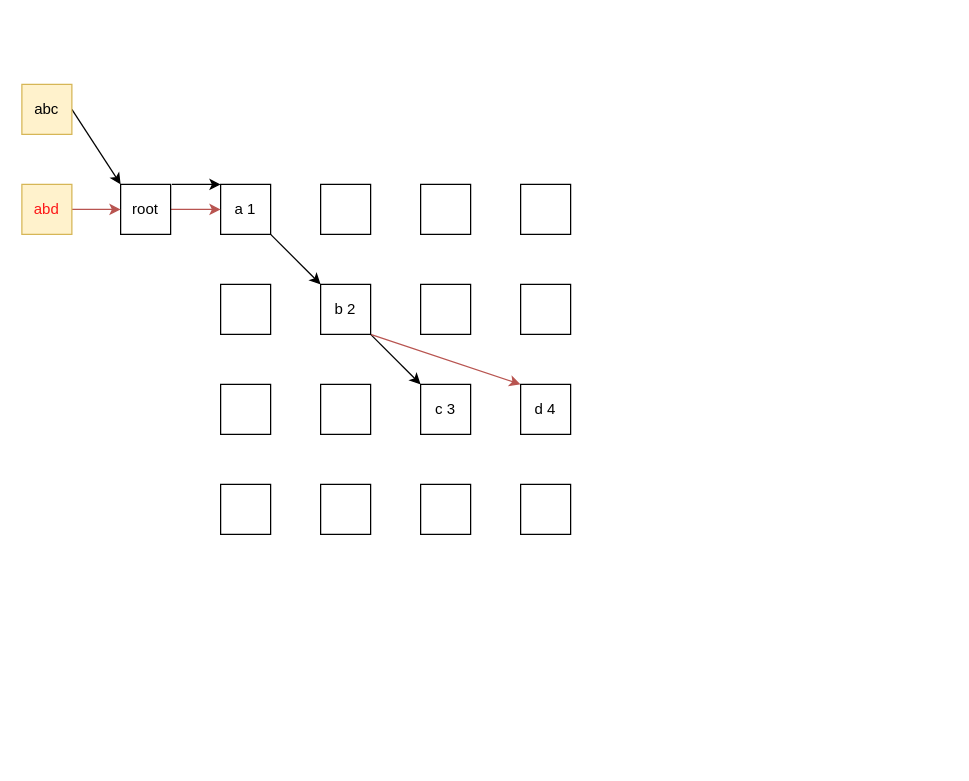
The draw.io diagram trie.drawio in Airsku/drawio, before the edit. Source tidied: cells renumbered, new cells numbered last; positions are measured from the earlier drawing's top-left corner, leaving out a move shared by most shapes. Both pictures are drawn from the tidied source at 125%, with x=0, y=0 at pixel (21, 84).
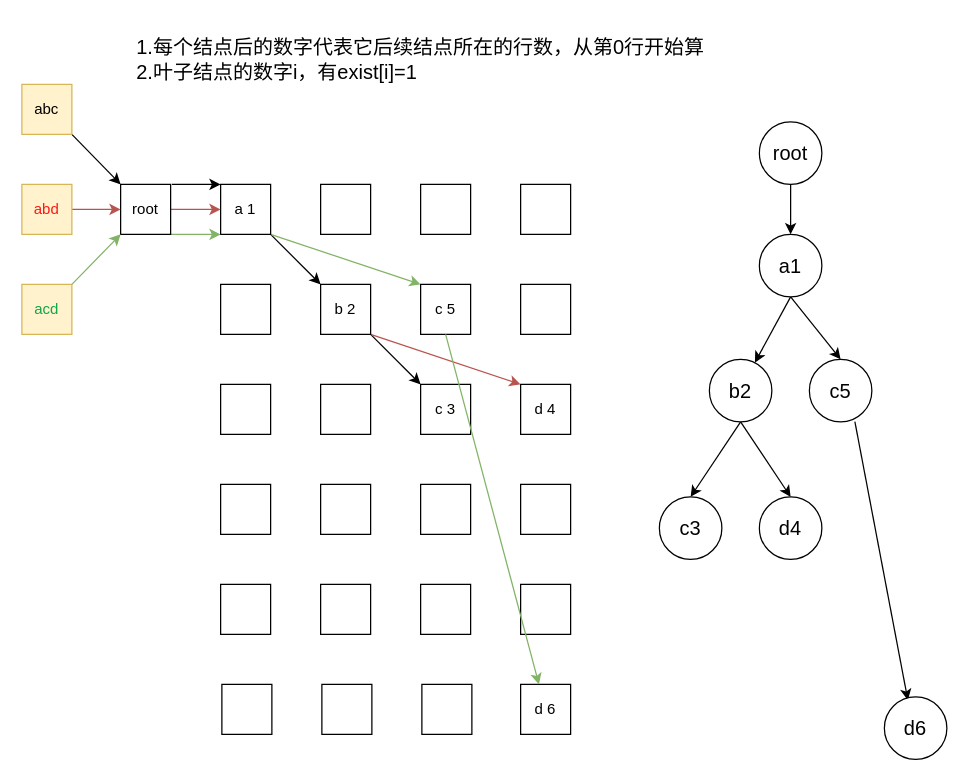
The same diagram, later.

Unchanged cells that the change refers to:
```xml
<mxCell id="3" value="a 1" style="rounded=0;whiteSpace=wrap;html=1;" parent="1" vertex="1">
  <mxGeometry x="159" y="80" width="40" height="40" as="geometry" />
</mxCell>
<mxCell id="23" value="root" style="rounded=0;whiteSpace=wrap;html=1;" parent="1" vertex="1">
  <mxGeometry x="79" y="80" width="40" height="40" as="geometry" />
</mxCell>
```

The edit, as a diff of the source:
```diff
@@
+    <mxCell id="30" parent="0" />
+    <mxCell id="31" style="edgeStyle=orthogonalEdgeStyle;rounded=0;jettySize=auto;html=1;exitX=0.5;exitY=1;exitDx=0;exitDy=0;entryX=0;entryY=0.5;entryDx=0;entryDy=0;" parent="30" edge="1" source="32" target="35">
+      <mxGeometry relative="1" as="geometry" />
+    </mxCell>
+    <mxCell id="32" value="root" style="ellipse;whiteSpace=wrap;html=1;fontSize=16;" parent="30" vertex="1">
+      <mxGeometry x="590" y="30" width="50" height="50" as="geometry" />
+    </mxCell>
+    <mxCell id="33" style="rounded=0;jettySize=auto;html=1;exitX=1;exitY=0.5;exitDx=0;exitDy=0;entryX=0.728;entryY=0.052;entryDx=0;entryDy=0;entryPerimeter=0;" parent="30" edge="1" source="35" target="40">
+      <mxGeometry relative="1" as="geometry" />
+    </mxCell>
+    <mxCell id="34" style="rounded=0;jettySize=auto;html=1;exitX=1;exitY=0.5;exitDx=0;exitDy=0;entryX=0.5;entryY=0;entryDx=0;entryDy=0;" parent="30" edge="1" source="35" target="37">
+      <mxGeometry relative="1" as="geometry" />
+    </mxCell>
+    <mxCell id="35" value="a1" style="ellipse;whiteSpace=wrap;html=1;fontSize=16;direction=south;" parent="30" vertex="1">
+      <mxGeometry x="590" y="120" width="50" height="50" as="geometry" />
+    </mxCell>
+    <mxCell id="36" style="rounded=0;jettySize=auto;html=1;exitX=0.728;exitY=0.996;exitDx=0;exitDy=0;exitPerimeter=0;entryX=0.376;entryY=0.052;entryDx=0;entryDy=0;entryPerimeter=0;" parent="30" edge="1" source="37" target="43">
+      <mxGeometry relative="1" as="geometry" />
+    </mxCell>
+    <mxCell id="37" value="c5" style="ellipse;whiteSpace=wrap;html=1;fontSize=16;" parent="30" vertex="1">
+      <mxGeometry x="630" y="220" width="50" height="50" as="geometry" />
+    </mxCell>
+    <mxCell id="38" style="rounded=0;jettySize=auto;html=1;exitX=0.5;exitY=1;exitDx=0;exitDy=0;entryX=0.5;entryY=0;entryDx=0;entryDy=0;" parent="30" edge="1" source="40" target="41">
+      <mxGeometry relative="1" as="geometry" />
+    </mxCell>
+    <mxCell id="39" style="rounded=0;jettySize=auto;html=1;exitX=0.5;exitY=1;exitDx=0;exitDy=0;entryX=0.5;entryY=0;entryDx=0;entryDy=0;" parent="30" edge="1" source="40" target="42">
+      <mxGeometry relative="1" as="geometry" />
+    </mxCell>
+    <mxCell id="40" value="b2" style="ellipse;whiteSpace=wrap;html=1;fontSize=16;" parent="30" vertex="1">
+      <mxGeometry x="550" y="220" width="50" height="50" as="geometry" />
+    </mxCell>
+    <mxCell id="41" value="c3" style="ellipse;whiteSpace=wrap;html=1;fontSize=16;" parent="30" vertex="1">
+      <mxGeometry x="510" y="330" width="50" height="50" as="geometry" />
+    </mxCell>
+    <mxCell id="42" value="d4" style="ellipse;whiteSpace=wrap;html=1;fontSize=16;" parent="30" vertex="1">
+      <mxGeometry x="590" y="330" width="50" height="50" as="geometry" />
+    </mxCell>
+    <mxCell id="43" value="d6" style="ellipse;whiteSpace=wrap;html=1;fontSize=16;" parent="30" vertex="1">
+      <mxGeometry x="690" y="490" width="50" height="50" as="geometry" />
+    </mxCell>
@@
+    <mxCell id="44" style="rounded=0;jettySize=auto;html=1;exitX=1;exitY=1;exitDx=0;exitDy=0;entryX=0;entryY=0;entryDx=0;entryDy=0;fillColor=#d5e8d4;strokeColor=#82b366;" parent="1" edge="1" source="3" target="11">
+      <mxGeometry relative="1" as="geometry" />
+    </mxCell>
@@
-    <mxCell id="11" style="rounded=0;whiteSpace=wrap;html=1;" parent="1" vertex="1">
+    <mxCell id="11" value="c 5" style="rounded=0;whiteSpace=wrap;html=1;" parent="1" vertex="1">
       <mxGeometry x="319" y="160" width="40" height="40" as="geometry" />
     </mxCell>
@@
+    <mxCell id="45" style="rounded=0;jettySize=auto;html=1;exitX=1;exitY=1;exitDx=0;exitDy=0;entryX=0;entryY=1;entryDx=0;entryDy=0;fillColor=#d5e8d4;strokeColor=#82b366;" parent="1" edge="1" source="23" target="3">
+      <mxGeometry relative="1" as="geometry" />
+    </mxCell>
@@
-    <mxCell id="24" parent="0" />
-    <mxCell id="25" style="endArrow=classic;html=1;rounded=0;exitX=1;exitY=0.5;exitDx=0;exitDy=0;entryX=0;entryY=0;entryDx=0;entryDy=0;" parent="24" edge="1" source="26" target="23">
+    <mxCell id="25" style="rounded=0;jettySize=auto;html=1;exitX=1;exitY=1;exitDx=0;exitDy=0;entryX=0;entryY=0;entryDx=0;entryDy=0;" parent="1" edge="1" source="26" target="23">
       <mxGeometry relative="1" as="geometry" />
     </mxCell>
-    <mxCell id="26" value="abc" style="rounded=0;whiteSpace=wrap;html=1;fillColor=#fff2cc;strokeColor=#d6b656;" parent="24" vertex="1">
+    <mxCell id="26" value="abc" style="rounded=0;whiteSpace=wrap;html=1;fillColor=#fff2cc;strokeColor=#d6b656;" parent="1" vertex="1">
       <mxGeometry width="40" height="40" as="geometry" />
     </mxCell>
-    <mxCell id="27" parent="0" />
-    <mxCell id="28" style="edgeStyle=orthogonalEdgeStyle;rounded=0;jettySize=auto;html=1;exitX=1;exitY=0.5;exitDx=0;exitDy=0;entryX=0;entryY=0.5;entryDx=0;entryDy=0;fillColor=#f8cecc;strokeColor=#b85450;" parent="27" edge="1" source="29" target="23">
-      <mxGeometry relative="1" as="geometry" />
-    </mxCell>
+    <mxCell id="46" style="edgeStyle=orthogonalEdgeStyle;rounded=0;jettySize=auto;html=1;exitX=1;exitY=0.5;exitDx=0;exitDy=0;entryX=0;entryY=0.5;entryDx=0;entryDy=0;fillColor=#f8cecc;strokeColor=#b85450;" parent="1" edge="1" source="29">
+      <mxGeometry relative="1" as="geometry">
+        <mxPoint x="79" y="100" as="targetPoint" />
+      </mxGeometry>
+    </mxCell>
-    <mxCell id="29" value="abd" style="rounded=0;whiteSpace=wrap;html=1;fillColor=#fff2cc;strokeColor=#d6b656;fontColor=#fd1717;" parent="27" vertex="1">
+    <mxCell id="29" value="abd" style="rounded=0;whiteSpace=wrap;html=1;fillColor=#fff2cc;strokeColor=#d6b656;fontColor=#fd1717;" parent="1" vertex="1">
       <mxGeometry y="80" width="40" height="40" as="geometry" />
     </mxCell>
+    <mxCell id="47" style="rounded=0;whiteSpace=wrap;html=1;" parent="1" vertex="1">
+      <mxGeometry x="159" y="400" width="40" height="40" as="geometry" />
+    </mxCell>
+    <mxCell id="48" style="rounded=0;whiteSpace=wrap;html=1;" parent="1" vertex="1">
+      <mxGeometry x="239" y="400" width="40" height="40" as="geometry" />
+    </mxCell>
+    <mxCell id="49" style="rounded=0;whiteSpace=wrap;html=1;" parent="1" vertex="1">
+      <mxGeometry x="319" y="400" width="40" height="40" as="geometry" />
+    </mxCell>
+    <mxCell id="50" style="rounded=0;whiteSpace=wrap;html=1;" parent="1" vertex="1">
+      <mxGeometry x="399" y="400" width="40" height="40" as="geometry" />
+    </mxCell>
+    <mxCell id="51" style="rounded=0;jettySize=auto;html=1;exitX=1;exitY=0;exitDx=0;exitDy=0;entryX=0;entryY=1;entryDx=0;entryDy=0;fillColor=#d5e8d4;strokeColor=#82b366;" parent="1" edge="1" source="52" target="23">
+      <mxGeometry relative="1" as="geometry" />
+    </mxCell>
+    <mxCell id="52" value="acd" style="rounded=0;whiteSpace=wrap;html=1;fillColor=#fff2cc;strokeColor=#d6b656;fontColor=#12a546;" parent="1" vertex="1">
+      <mxGeometry y="160" width="40" height="40" as="geometry" />
+    </mxCell>
+    <mxCell id="53" style="rounded=0;whiteSpace=wrap;html=1;" parent="1" vertex="1">
+      <mxGeometry x="160" y="480" width="40" height="40" as="geometry" />
+    </mxCell>
+    <mxCell id="54" style="rounded=0;whiteSpace=wrap;html=1;" parent="1" vertex="1">
+      <mxGeometry x="240" y="480" width="40" height="40" as="geometry" />
+    </mxCell>
+    <mxCell id="55" value="d 6" style="rounded=0;whiteSpace=wrap;html=1;" parent="1" vertex="1">
+      <mxGeometry x="399" y="480" width="40" height="40" as="geometry" />
+    </mxCell>
+    <mxCell id="56" style="rounded=0;whiteSpace=wrap;html=1;" parent="1" vertex="1">
+      <mxGeometry x="320" y="480" width="40" height="40" as="geometry" />
+    </mxCell>
+    <mxCell id="57" style="rounded=0;jettySize=auto;html=1;exitX=0.5;exitY=1;exitDx=0;exitDy=0;fillColor=#d5e8d4;strokeColor=#82b366;" parent="1" edge="1" source="11" target="55">
+      <mxGeometry relative="1" as="geometry" />
+    </mxCell>
+    <mxCell id="58" value="1.每个结点后的数字代表它后续结点所在的行数，从第0行开始算&lt;br&gt;&lt;div style=&quot;&quot;&gt;&lt;span style=&quot;background-color: initial;&quot;&gt;2.叶子结点的数字i，有exist[i]=1&lt;/span&gt;&lt;/div&gt;" style="text;html=1;strokeColor=none;fillColor=none;align=left;verticalAlign=middle;whiteSpace=wrap;rounded=0;fontSize=16;" parent="1" vertex="1">
+      <mxGeometry x="90" y="-50" width="500" height="60" as="geometry" />
+    </mxCell>
```
